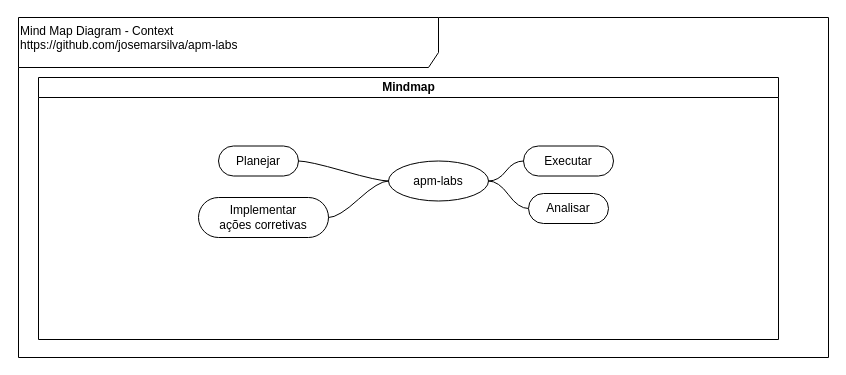
The draw.io diagram doc/MindMapDiagram-Context.drawio in josemarsilva/apm-labs, before the edit. Source tidied: cells renumbered, new cells numbered last; positions are measured from the earlier drawing's top-left corner, leaving out a move shared by most shapes. Both pictures are drawn from the tidied source at 100%, with x=0, y=0 at pixel (18, 17).
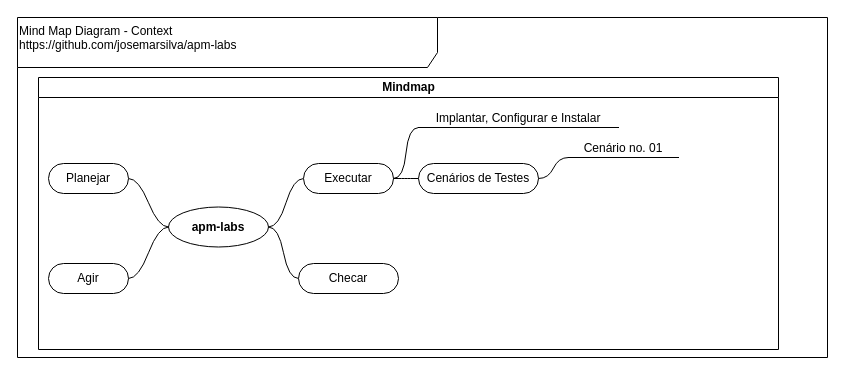
The same diagram, later.

Diff of the diagram source:
```diff
@@
 <mxGraphModel>
   <root>
     <mxCell id="0" />
     <mxCell id="1" parent="0" />
     <mxCell id="2" value="&lt;div&gt;&lt;/div&gt;Mind Map Diagram - Context&lt;br&gt;https://github.com/josemarsilva/apm-labs" style="shape=umlFrame;whiteSpace=wrap;html=1;width=420;height=50;verticalAlign=top;align=left;" parent="1" vertex="1">
-      <mxGeometry width="810" height="340" as="geometry" />
+      <mxGeometry x="-1" width="810" height="340" as="geometry" />
     </mxCell>
     <mxCell id="3" value="Mindmap" style="swimlane;html=1;startSize=20;horizontal=1;containerType=tree;" parent="1" vertex="1">
-      <mxGeometry x="20" y="60" width="740" height="262" as="geometry" />
+      <mxGeometry x="20" y="60" width="740" height="272" as="geometry" />
     </mxCell>
     <mxCell id="4" style="edgeStyle=entityRelationEdgeStyle;startArrow=none;endArrow=none;segment=10;curved=1;" parent="3" edge="1" source="6" target="7">
       <mxGeometry relative="1" as="geometry" />
     </mxCell>
     <mxCell id="5" style="edgeStyle=entityRelationEdgeStyle;startArrow=none;endArrow=none;segment=10;curved=1;" parent="3" edge="1" source="6" target="8">
       <mxGeometry relative="1" as="geometry" />
     </mxCell>
-    <mxCell id="6" value="apm-labs" style="ellipse;whiteSpace=wrap;html=1;align=center;newEdgeStyle={&quot;edgeStyle&quot;:&quot;entityRelationEdgeStyle&quot;,&quot;startArrow&quot;:&quot;none&quot;,&quot;endArrow&quot;:&quot;none&quot;,&quot;segment&quot;:10,&quot;curved&quot;:1};" parent="3" vertex="1">
-      <mxGeometry x="350" y="83.5" width="100" height="40" as="geometry" />
+    <mxCell id="6" value="apm-labs" style="ellipse;whiteSpace=wrap;html=1;align=center;newEdgeStyle={&quot;edgeStyle&quot;:&quot;entityRelationEdgeStyle&quot;,&quot;startArrow&quot;:&quot;none&quot;,&quot;endArrow&quot;:&quot;none&quot;,&quot;segment&quot;:10,&quot;curved&quot;:1};fontStyle=1;" parent="3" vertex="1">
+      <mxGeometry x="130" y="129.5" width="100" height="40" as="geometry" />
     </mxCell>
     <mxCell id="7" value="Executar" style="whiteSpace=wrap;html=1;rounded=1;arcSize=50;align=center;verticalAlign=middle;strokeWidth=1;spacing=4;newEdgeStyle={&quot;edgeStyle&quot;:&quot;entityRelationEdgeStyle&quot;,&quot;startArrow&quot;:&quot;none&quot;,&quot;endArrow&quot;:&quot;none&quot;,&quot;segment&quot;:10,&quot;curved&quot;:1};" parent="3" vertex="1">
-      <mxGeometry x="485" y="68.5" width="90" height="30" as="geometry" />
+      <mxGeometry x="265" y="86" width="90" height="30" as="geometry" />
     </mxCell>
     <mxCell id="8" value="Planejar" style="whiteSpace=wrap;html=1;rounded=1;arcSize=50;align=center;verticalAlign=middle;strokeWidth=1;spacing=4;newEdgeStyle={&quot;edgeStyle&quot;:&quot;entityRelationEdgeStyle&quot;,&quot;startArrow&quot;:&quot;none&quot;,&quot;endArrow&quot;:&quot;none&quot;,&quot;segment&quot;:10,&quot;curved&quot;:1};" parent="3" vertex="1">
-      <mxGeometry x="180" y="68.5" width="80" height="30" as="geometry" />
+      <mxGeometry x="10" y="86" width="80" height="30" as="geometry" />
     </mxCell>
+    <mxCell id="13" value="Implantar, Configurar e Instalar" style="whiteSpace=wrap;html=1;shape=partialRectangle;top=0;left=0;bottom=1;right=0;points=[[0,1],[1,1]];fillColor=none;align=center;verticalAlign=bottom;routingCenterY=0.5;snapToPoint=1;newEdgeStyle={&quot;edgeStyle&quot;:&quot;entityRelationEdgeStyle&quot;,&quot;startArrow&quot;:&quot;none&quot;,&quot;endArrow&quot;:&quot;none&quot;,&quot;segment&quot;:10,&quot;curved&quot;:1};" parent="3" vertex="1">
+      <mxGeometry x="380" y="30" width="200" height="20" as="geometry" />
+    </mxCell>
+    <mxCell id="14" style="edgeStyle=entityRelationEdgeStyle;startArrow=none;endArrow=none;segment=10;curved=1;exitX=1;exitY=0.5;exitDx=0;exitDy=0;" parent="3" edge="1" source="7" target="13">
+      <mxGeometry relative="1" as="geometry" />
+    </mxCell>
+    <mxCell id="15" value="Cenários de Testes" style="whiteSpace=wrap;html=1;rounded=1;arcSize=50;align=center;verticalAlign=middle;strokeWidth=1;spacing=4;newEdgeStyle={&quot;edgeStyle&quot;:&quot;entityRelationEdgeStyle&quot;,&quot;startArrow&quot;:&quot;none&quot;,&quot;endArrow&quot;:&quot;none&quot;,&quot;segment&quot;:10,&quot;curved&quot;:1};" parent="3" vertex="1">
+      <mxGeometry x="380" y="86" width="120" height="30" as="geometry" />
+    </mxCell>
+    <mxCell id="16" style="edgeStyle=entityRelationEdgeStyle;startArrow=none;endArrow=none;segment=10;curved=1;exitX=1;exitY=0.5;exitDx=0;exitDy=0;" parent="3" edge="1" source="7" target="15">
+      <mxGeometry relative="1" as="geometry" />
+    </mxCell>
+    <mxCell id="17" value="Cenário no. 01" style="whiteSpace=wrap;html=1;shape=partialRectangle;top=0;left=0;bottom=1;right=0;points=[[0,1],[1,1]];fillColor=none;align=center;verticalAlign=bottom;routingCenterY=0.5;snapToPoint=1;newEdgeStyle={&quot;edgeStyle&quot;:&quot;entityRelationEdgeStyle&quot;,&quot;startArrow&quot;:&quot;none&quot;,&quot;endArrow&quot;:&quot;none&quot;,&quot;segment&quot;:10,&quot;curved&quot;:1};" parent="3" vertex="1">
+      <mxGeometry x="530" y="60" width="110" height="20" as="geometry" />
+    </mxCell>
+    <mxCell id="18" style="edgeStyle=entityRelationEdgeStyle;startArrow=none;endArrow=none;segment=10;curved=1;" parent="3" edge="1" source="15" target="17">
+      <mxGeometry relative="1" as="geometry" />
+    </mxCell>
     <mxCell id="9" style="edgeStyle=entityRelationEdgeStyle;startArrow=none;endArrow=none;segment=10;curved=1;exitX=1;exitY=0.5;exitDx=0;exitDy=0;" parent="1" edge="1" source="6" target="10">
       <mxGeometry relative="1" as="geometry" />
     </mxCell>
-    <mxCell id="10" value="Analisar" style="whiteSpace=wrap;html=1;rounded=1;arcSize=50;align=center;verticalAlign=middle;strokeWidth=1;spacing=4;newEdgeStyle={&quot;edgeStyle&quot;:&quot;entityRelationEdgeStyle&quot;,&quot;startArrow&quot;:&quot;none&quot;,&quot;endArrow&quot;:&quot;none&quot;,&quot;segment&quot;:10,&quot;curved&quot;:1};" parent="1" vertex="1">
-      <mxGeometry x="510" y="176" width="80" height="30" as="geometry" />
+    <mxCell id="10" value="Checar" style="whiteSpace=wrap;html=1;rounded=1;arcSize=50;align=center;verticalAlign=middle;strokeWidth=1;spacing=4;newEdgeStyle={&quot;edgeStyle&quot;:&quot;entityRelationEdgeStyle&quot;,&quot;startArrow&quot;:&quot;none&quot;,&quot;endArrow&quot;:&quot;none&quot;,&quot;segment&quot;:10,&quot;curved&quot;:1};" parent="1" vertex="1">
+      <mxGeometry x="280" y="246" width="100" height="30" as="geometry" />
     </mxCell>
-    <mxCell id="11" value="Implementar&lt;br&gt;ações corretivas" style="whiteSpace=wrap;html=1;rounded=1;arcSize=50;align=center;verticalAlign=middle;strokeWidth=1;spacing=4;newEdgeStyle={&quot;edgeStyle&quot;:&quot;entityRelationEdgeStyle&quot;,&quot;startArrow&quot;:&quot;none&quot;,&quot;endArrow&quot;:&quot;none&quot;,&quot;segment&quot;:10,&quot;curved&quot;:1};" parent="1" vertex="1">
-      <mxGeometry x="180" y="180" width="130" height="40" as="geometry" />
+    <mxCell id="11" value="Agir" style="whiteSpace=wrap;html=1;rounded=1;arcSize=50;align=center;verticalAlign=middle;strokeWidth=1;spacing=4;newEdgeStyle={&quot;edgeStyle&quot;:&quot;entityRelationEdgeStyle&quot;,&quot;startArrow&quot;:&quot;none&quot;,&quot;endArrow&quot;:&quot;none&quot;,&quot;segment&quot;:10,&quot;curved&quot;:1};" parent="1" vertex="1">
+      <mxGeometry x="30" y="246" width="80" height="30" as="geometry" />
     </mxCell>
     <mxCell id="12" style="edgeStyle=entityRelationEdgeStyle;startArrow=none;endArrow=none;segment=10;curved=1;exitX=1;exitY=0.5;exitDx=0;exitDy=0;entryX=0;entryY=0.5;entryDx=0;entryDy=0;" parent="1" edge="1" source="11" target="6">
       <mxGeometry relative="1" as="geometry" />
     </mxCell>
   </root>
 </mxGraphModel>
```
